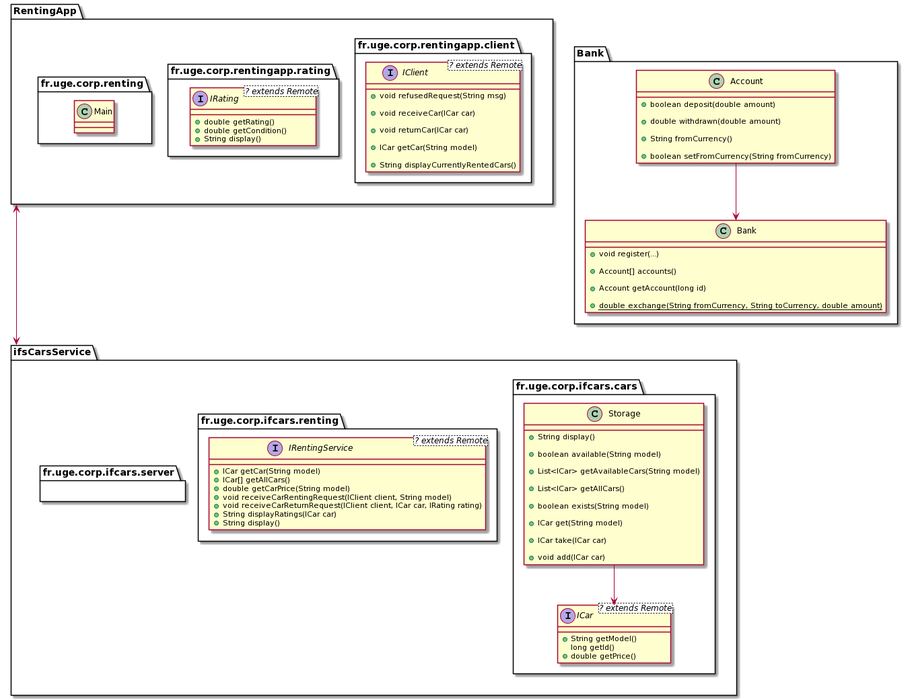
Before: Images/UML.png, a diagram exported from PlantUML (alopesmendes/Services-Web).
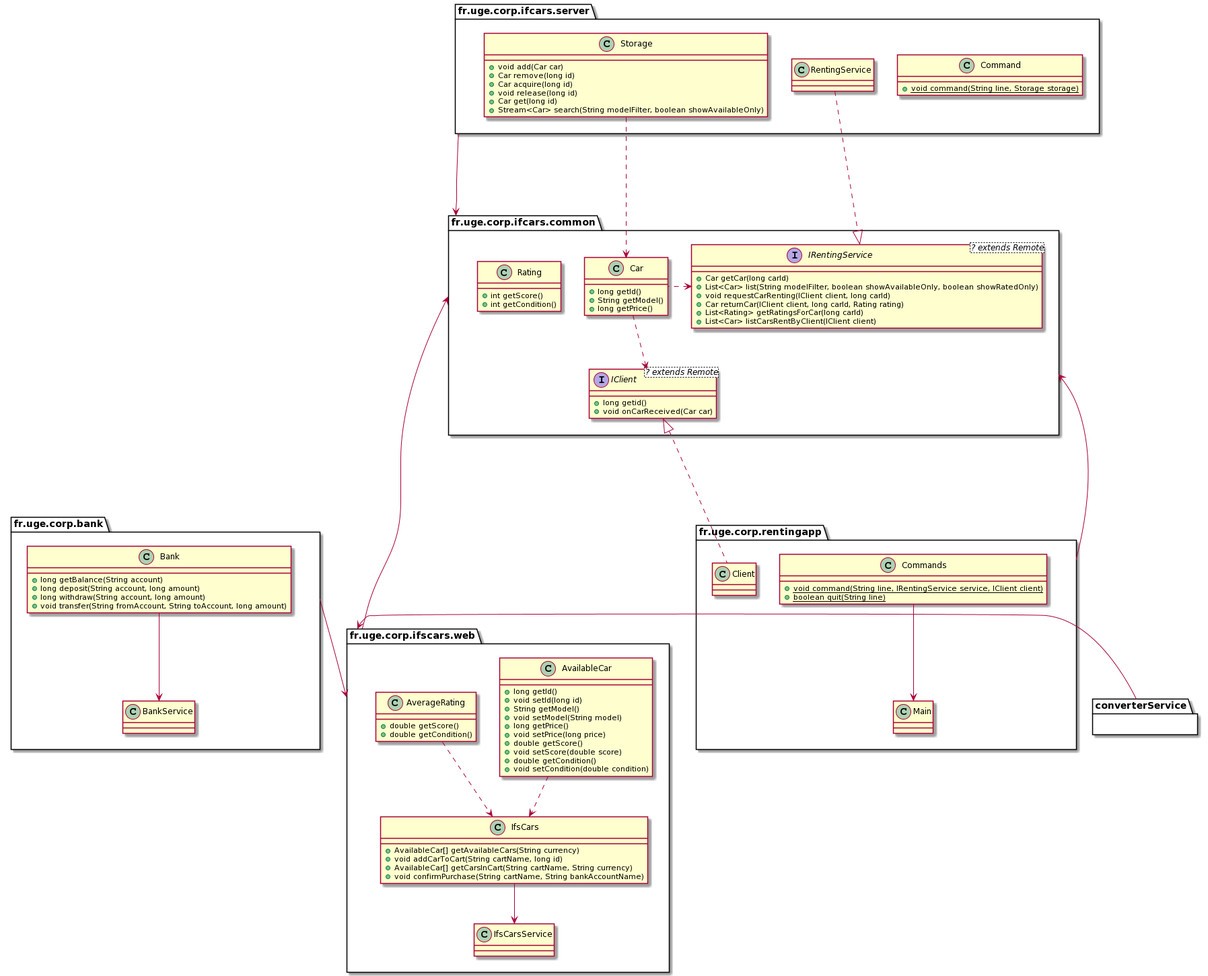
The same file after the commit.

What changed in the source:
```diff
@@ -1,117 +1,117 @@
 @startuml
-package RentingApp {
-    package fr.uge.corp.rentingapp.client {
-        interface IClient<? extends Remote> {
-            +void refusedRequest(String msg)
-
-	        +void receiveCar(ICar car)
-
-	        +void returnCar(ICar car)
-
-	        +ICar getCar(String model)
-
-	        +String displayCurrentlyRentedCars()
-        }
+package fr.uge.corp.ifcars.common {
+    interface IClient<? extends Remote> {
+        +long getid()
+        +void onCarReceived(Car car)
     }
 
-    package fr.uge.corp.rentingapp.rating {
-        interface IRating<? extends Remote> {
-            +double getRating()
-            +double getCondition()
-            +String display()
-        }
+    class Rating {
+        +int getScore()
+        +int getCondition()
     }
 
-    package fr.uge.corp.renting {
-        class Main {}
+    class Car{
+        +long getId()
+        +String getModel()
+        +long getPrice()
     }
+
+    interface IRentingService<? extends Remote> {
+        +Car getCar(long carId)
+        +List<Car> list(String modelFilter, boolean showAvailableOnly, boolean showRatedOnly)
+        +void requestCarRenting(IClient client, long carId)
+        +Car returnCar(IClient client, long carId, Rating rating)
+        +List<Rating> getRatingsForCar(long carId)
+        +List<Car> listCarsRentByClient(IClient client)
+    }
+
+    Car .down.> IClient
+    Car .left.> IRentingService
 }
 
-package Bank {
-    class Account {
-        +boolean deposit(double amount)
-
-        +double withdrawn(double amount)
-
-        +String fromCurrency()
-
-        +boolean setFromCurrency(String fromCurrency)
+package fr.uge.corp.rentingapp {
+    class Commands {
+        +{static}void command(String line, IRentingService service, IClient client)
+        +{static}boolean quit(String line)
     }
 
+    class Client {}
+
+    class Main {}
+
+    Client .up...|> IClient
+    Commands --> Main
+}
+
+package fr.uge.corp.bank {
     class Bank {
-        +void register(...)
+        +long getBalance(String account)
+        +long deposit(String account, long amount)
+        +long withdraw(String account, long amount)
+        +void transfer(String fromAccount, String toAccount, long amount)
+    }
+    class BankService {}
 
-        +Account[] accounts()
+    Bank --> BankService
+}
 
-        +Account getAccount(long id)
+package fr.uge.corp.ifcars.server {
 
-        +{static} double exchange(String fromCurrency, String toCurrency, double amount)
+    class Command {
+        +{static}void command(String line, Storage storage)
+    }
+    class Main {}
+    class Storage {
+        +void add(Car car)
+        +Car remove(long id)
+        +Car acquire(long id)
+        +void release(long id)
+        +Car get(long id)
+        +Stream<Car> search(String modelFilter, boolean showAvailableOnly)
+    }
+    class RentingService {}
 
+    RentingService .down...|> IRentingService
+    Storage .down..> Car
+}
+
+package fr.uge.corp.ifscars.web {
+    class AvailableCar {
+        +long getId()
+        +void setId(long id)
+	    +String getModel()
+	    +void setModel(String model)
+	    +long getPrice()
+	    +void setPrice(long price)
+	    +double getScore()
+	    +void setScore(double score)
+	    +double getCondition()
+	    +void setCondition(double condition)
     }
 
-    Account --> Bank
+    class AverageRating {
+        +double getScore()
+        +double getCondition()
+    }
+
+    class IfsCars {
+        +AvailableCar[] getAvailableCars(String currency)
+        +void addCarToCart(String cartName, long id)
+        +AvailableCar[] getCarsInCart(String cartName, String currency)
+        +void confirmPurchase(String cartName, String bankAccountName)
+    }
+    class IfsCarsService {}
+
+    IfsCars -down-> IfsCarsService
+    AvailableCar .down.> IfsCars
+    AverageRating .down.> IfsCars
 }
 
-package ifsCarsService {
-    package fr.uge.corp.ifcars.cars {
+package converterService {}
 
-        interface ICar<? extends Remote>  {
-
-
-            +String getModel()
-
-            long getId()
-
-            +double getPrice()
-
-
-        }
-
-        class Storage {
-            +String display()
-
-            +boolean available(String model)
-
-            +List<ICar> getAvailableCars(String model)
-
-            +List<ICar> getAllCars()
-
-            +boolean exists(String model)
-
-            +ICar get(String model)
-
-            +ICar take(ICar car)
-
-            +void add(ICar car)
-        }
-
-        Storage -down-> ICar
-    }
-
-    package fr.uge.corp.ifcars.renting {
-
-        interface IRentingService<? extends Remote> {
-
-            +ICar getCar(String model)
-            +ICar[] getAllCars()
-            +double getCarPrice(String model)
-            +void receiveCarRentingRequest(IClient client, String model)
-            +void receiveCarReturnRequest(IClient client, ICar car, IRating rating)
-            +String displayRatings(ICar car)
-            +String display()
-
-        }
-
-
-    }
-
-    package fr.uge.corp.ifcars.server {
-        class Main {}
-    }
-
-
-}
-
-
-RentingApp <---> ifsCarsService
+fr.uge.corp.rentingapp --> fr.uge.corp.ifcars.common
+fr.uge.corp.ifcars.server --> fr.uge.corp.ifcars.common
+fr.uge.corp.ifcars.common <------ fr.uge.corp.ifscars.web
+fr.uge.corp.bank --> fr.uge.corp.ifscars.web
+converterService -left-----> fr.uge.corp.ifscars.web
 @enduml
```
